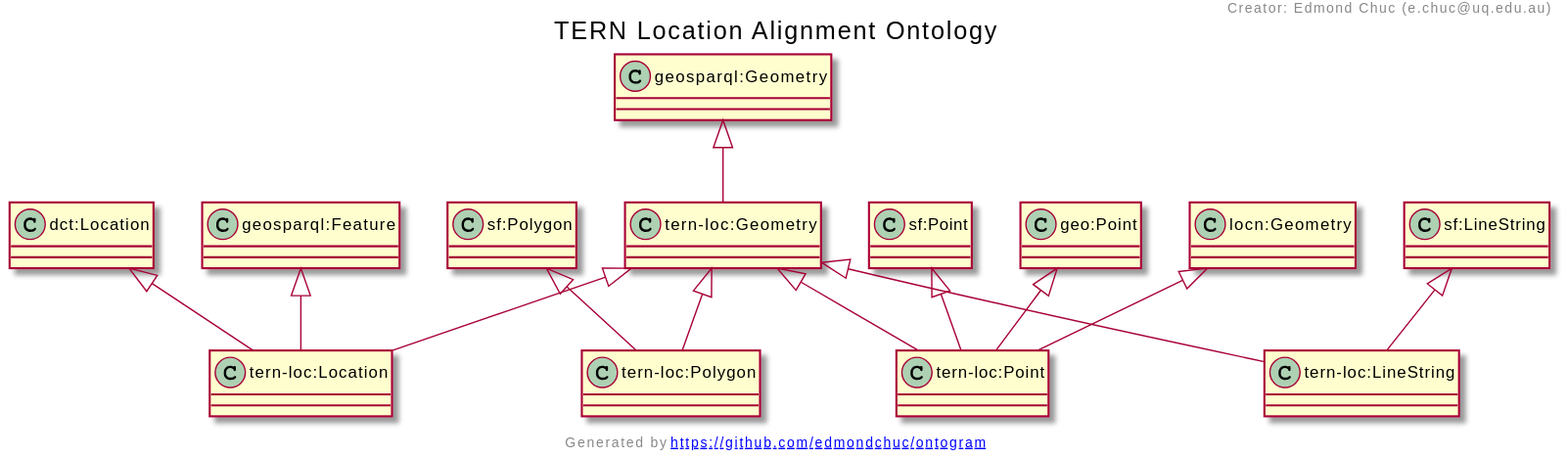
Earlier version of the PlantUML export docs/tern-loc.ttl.txt.svg (ternaustralia/ontology_tern-loc).
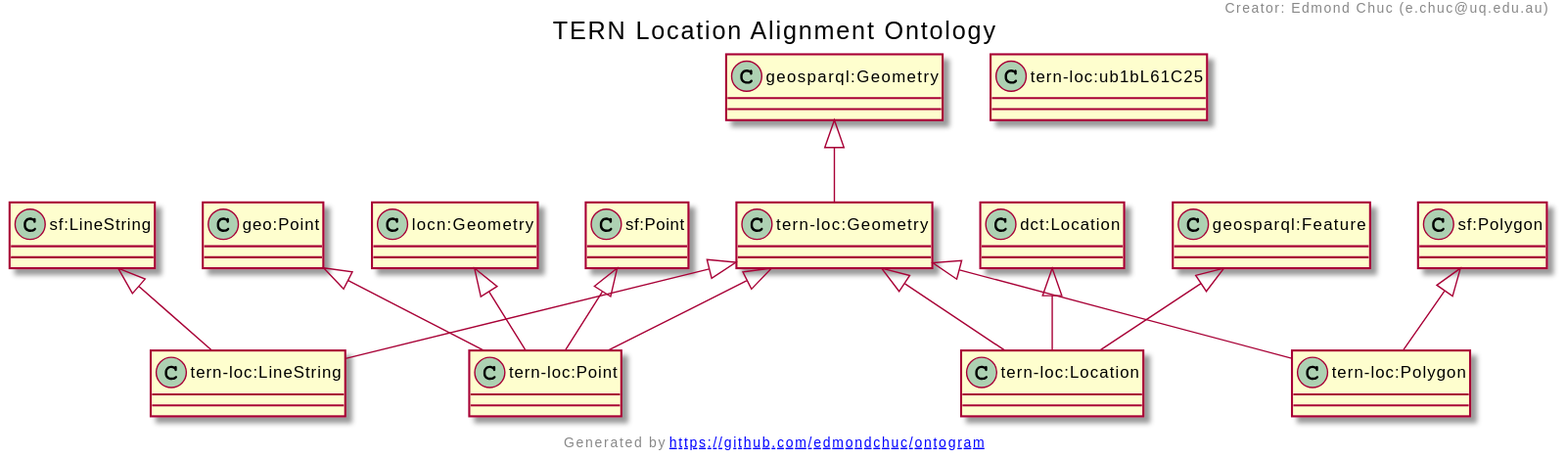
After the commit.

Commit message:
Update tern-loc:Point dcterms:type value-space

The edit, as a diff of the source:
```diff
@@ -1,26 +1,28 @@
 @startuml
 title TERN Location Alignment Ontology
+"tern-loc:Geometry" <|-- "tern-loc:LineString"
+"sf:LineString" <|-- "tern-loc:LineString"
+"geo:Point" <|-- "tern-loc:Point"
+"locn:Geometry" <|-- "tern-loc:Point"
+"tern-loc:Geometry" <|-- "tern-loc:Point"
+"sf:Point" <|-- "tern-loc:Point"
 "dct:Location" <|-- "tern-loc:Location"
 "tern-loc:Geometry" <|-- "tern-loc:Location"
 "geosparql:Feature" <|-- "tern-loc:Location"
 "sf:Polygon" <|-- "tern-loc:Polygon"
 "tern-loc:Geometry" <|-- "tern-loc:Polygon"
-"tern-loc:Geometry" <|-- "tern-loc:Point"
-"sf:Point" <|-- "tern-loc:Point"
-"geo:Point" <|-- "tern-loc:Point"
-"locn:Geometry" <|-- "tern-loc:Point"
-"sf:LineString" <|-- "tern-loc:LineString"
-"tern-loc:Geometry" <|-- "tern-loc:LineString"
 "geosparql:Geometry" <|-- "tern-loc:Geometry"
+Class "tern-loc:LineString" [[https://w3id.org/tern/ontologies/loc/LineString]] {
+}
+Class "tern-loc:Point" [[https://w3id.org/tern/ontologies/loc/Point]] {
+}
 Class "tern-loc:Location" [[https://w3id.org/tern/ontologies/loc/Location]] {
 }
 Class "tern-loc:Polygon" [[https://w3id.org/tern/ontologies/loc/Polygon]] {
 }
-Class "tern-loc:Point" [[https://w3id.org/tern/ontologies/loc/Point]] {
+Class "tern-loc:Geometry" [[https://w3id.org/tern/ontologies/loc/Geometry]] {
 }
-Class "tern-loc:LineString" [[https://w3id.org/tern/ontologies/loc/LineString]] {
-}
-Class "tern-loc:Geometry" [[https://w3id.org/tern/ontologies/loc/Geometry]] {
+Class "tern-loc:ub1bL61C25" [[ub1bL61C25]] {
 }
 header
 Creator: Edmond Chuc (e.chuc@uq.edu.au)
```
